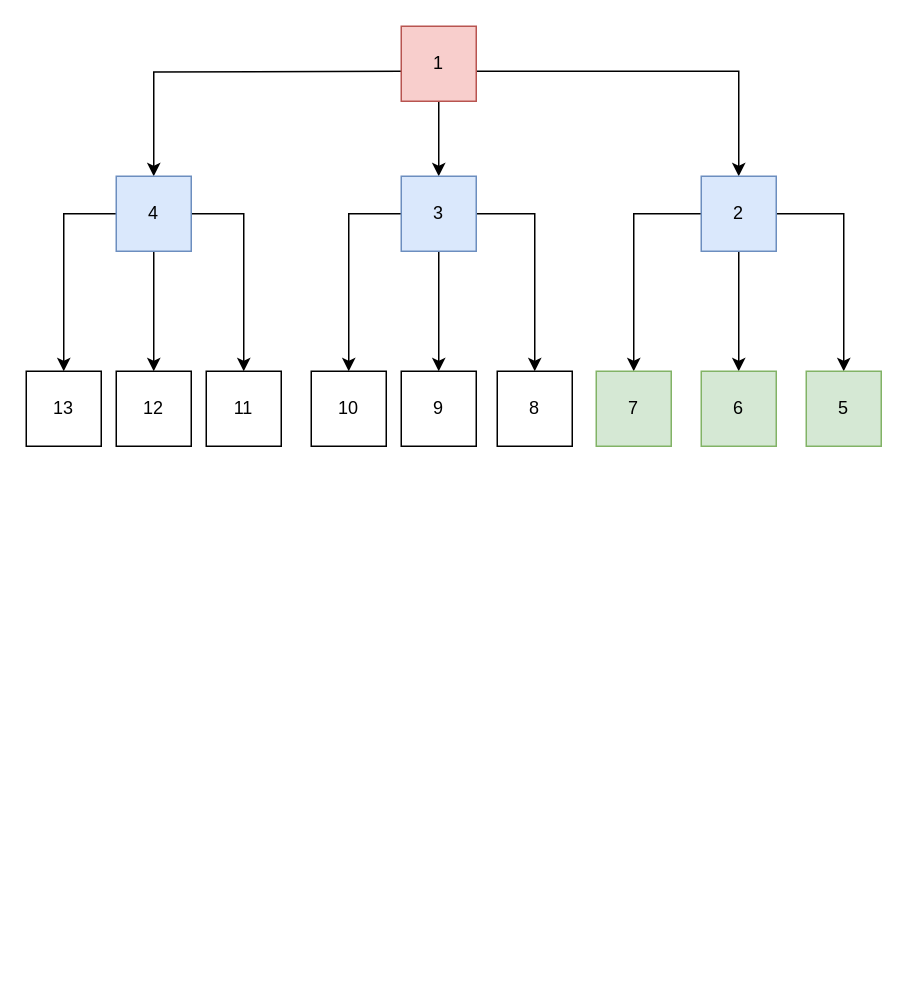
This is Diagrama sem nome.drawio from flavioanjos/ImageBind, a draw.io file, before an edit. Source tidied: cells renumbered, new cells numbered last; positions are measured from the earlier drawing's top-left corner, leaving out a move shared by most shapes. Both pictures are drawn from the tidied source at 150%, with x=0, y=0 at pixel (26, 26).
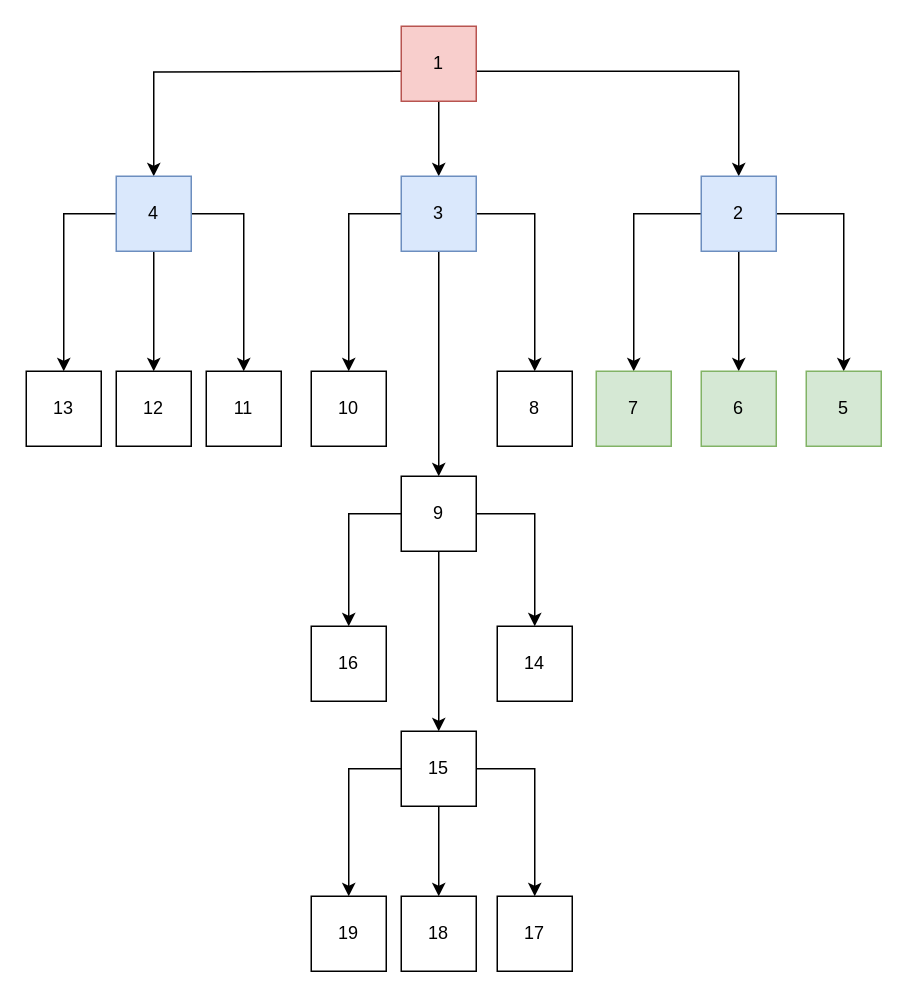
The same page after the edit.

Change to the diagram source:
```diff
@@
+    <mxCell id="27" style="edgeStyle=orthogonalEdgeStyle;rounded=0;jettySize=auto;html=1;entryX=0.5;entryY=0;entryDx=0;entryDy=0;" parent="1" edge="1" source="22" target="34">
+      <mxGeometry relative="1" as="geometry" />
+    </mxCell>
+    <mxCell id="28" style="edgeStyle=orthogonalEdgeStyle;rounded=0;jettySize=auto;html=1;" parent="1" edge="1" source="22" target="30">
+      <mxGeometry relative="1" as="geometry" />
+    </mxCell>
+    <mxCell id="29" style="edgeStyle=orthogonalEdgeStyle;rounded=0;jettySize=auto;html=1;" parent="1" edge="1" source="22" target="35">
+      <mxGeometry relative="1" as="geometry" />
+    </mxCell>
     <mxCell id="22" value="9" style="whiteSpace=wrap;html=1;" parent="1" vertex="1">
-      <mxGeometry x="250" y="230" width="50" height="50" as="geometry" />
+      <mxGeometry x="250" y="300" width="50" height="50" as="geometry" />
     </mxCell>
@@
+    <mxCell id="30" value="16" style="whiteSpace=wrap;html=1;" parent="1" vertex="1">
+      <mxGeometry x="190" y="400" width="50" height="50" as="geometry" />
+    </mxCell>
+    <mxCell id="31" style="edgeStyle=orthogonalEdgeStyle;rounded=0;jettySize=auto;html=1;" parent="1" edge="1" source="34" target="36">
+      <mxGeometry relative="1" as="geometry" />
+    </mxCell>
+    <mxCell id="32" style="edgeStyle=orthogonalEdgeStyle;rounded=0;jettySize=auto;html=1;" parent="1" edge="1" source="34" target="38">
+      <mxGeometry relative="1" as="geometry" />
+    </mxCell>
+    <mxCell id="33" style="edgeStyle=orthogonalEdgeStyle;rounded=0;jettySize=auto;html=1;entryX=0.5;entryY=0;entryDx=0;entryDy=0;" parent="1" edge="1" source="34" target="37">
+      <mxGeometry relative="1" as="geometry" />
+    </mxCell>
+    <mxCell id="34" value="15" style="whiteSpace=wrap;html=1;" parent="1" vertex="1">
+      <mxGeometry x="250" y="470" width="50" height="50" as="geometry" />
+    </mxCell>
+    <mxCell id="35" value="14" style="whiteSpace=wrap;html=1;" parent="1" vertex="1">
+      <mxGeometry x="314" y="400" width="50" height="50" as="geometry" />
+    </mxCell>
+    <mxCell id="36" value="18" style="whiteSpace=wrap;html=1;" parent="1" vertex="1">
+      <mxGeometry x="250" y="580" width="50" height="50" as="geometry" />
+    </mxCell>
+    <mxCell id="37" value="19" style="whiteSpace=wrap;html=1;" parent="1" vertex="1">
+      <mxGeometry x="190" y="580" width="50" height="50" as="geometry" />
+    </mxCell>
+    <mxCell id="38" value="17" style="whiteSpace=wrap;html=1;" parent="1" vertex="1">
+      <mxGeometry x="314" y="580" width="50" height="50" as="geometry" />
+    </mxCell>
```
